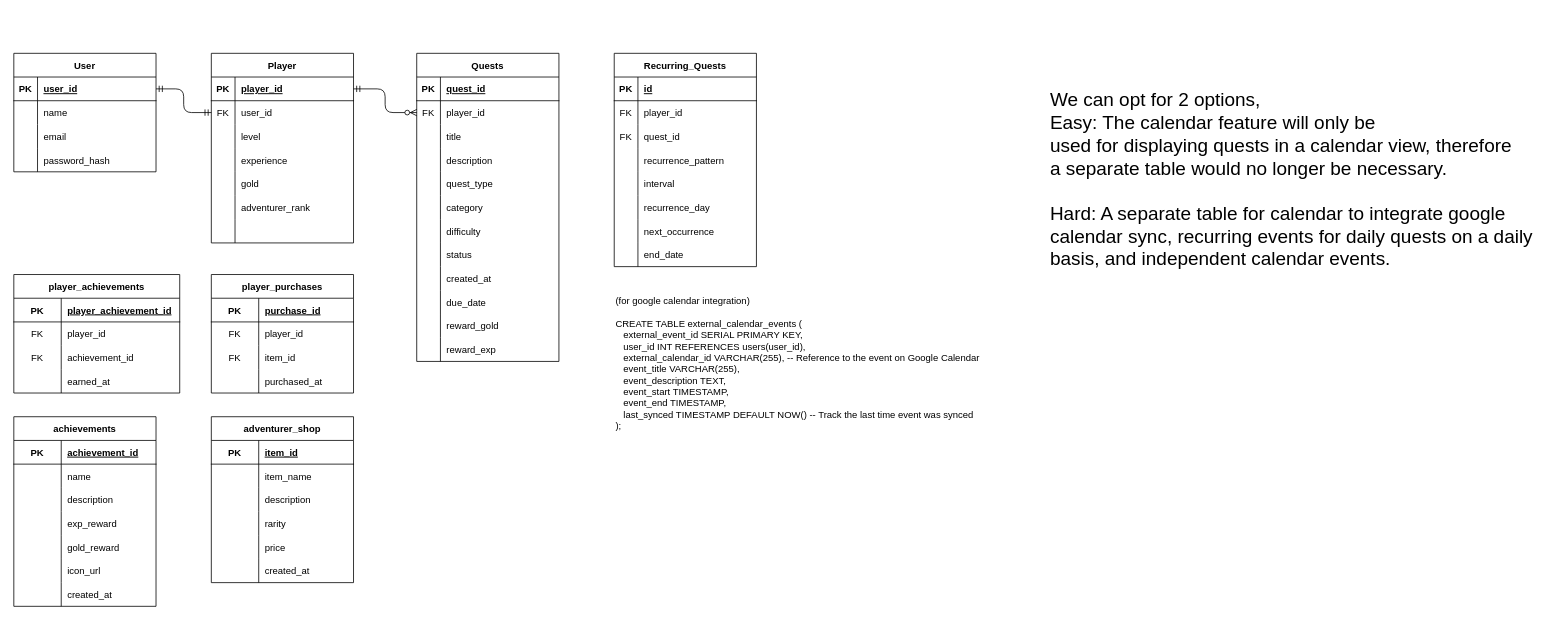
LowisWano/Atlas keeps this draw.io diagram as backend/schema.drawio. Above is the earlier version. Source tidied: cells renumbered, new cells numbered last; positions are measured from the earlier drawing's top-left corner, leaving out a move shared by most shapes. Both pictures are drawn from the tidied source at 79%, with x=0, y=0 at pixel (13, 13).
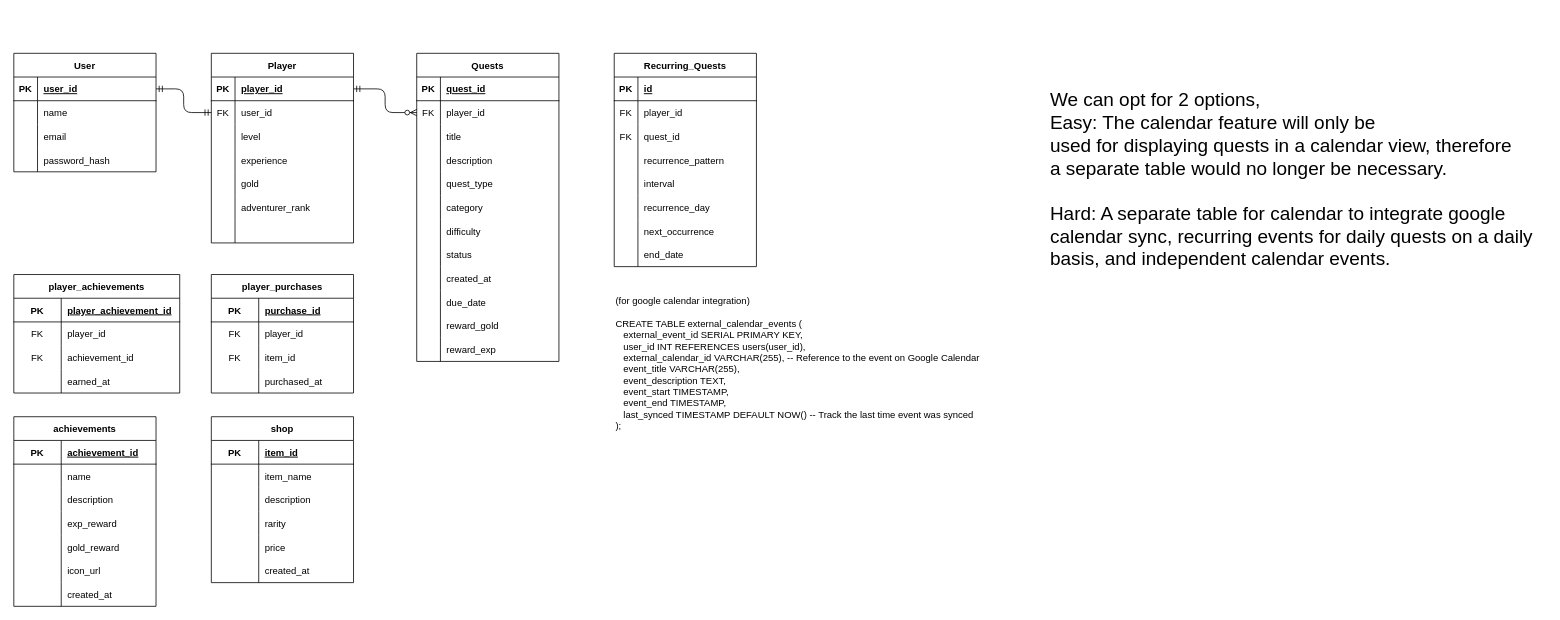
The same diagram, later.

Diff of the diagram source:
```diff
@@
-    <mxCell id="38" value="adventurer_shop" style="shape=table;startSize=30;childLayout=tableLayout;rowLines=0;fontStyle=1;align=center;" parent="1" vertex="1">
+    <mxCell id="38" value="shop" style="shape=table;startSize=30;childLayout=tableLayout;rowLines=0;fontStyle=1;align=center;" parent="1" vertex="1">
       <mxGeometry x="250" y="510" width="180" height="210" as="geometry" />
     </mxCell>
```
